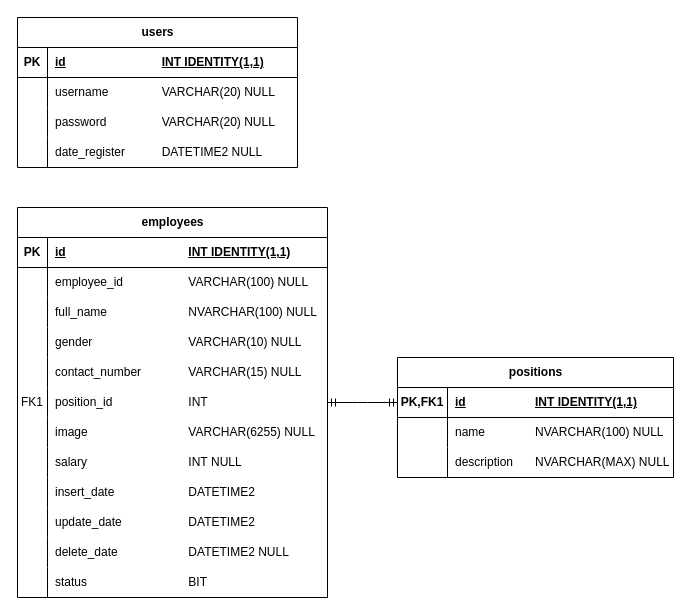
This is page "username263" (2 of 2) of Design/database.drawio from username263/employee-management-system, a draw.io file, before an edit. Source tidied: cells renumbered, new cells numbered last; positions are measured from the earlier drawing's top-left corner, leaving out a move shared by most shapes. Both pictures are drawn from the tidied source at 100%, with x=0, y=0 at pixel (17, 17).
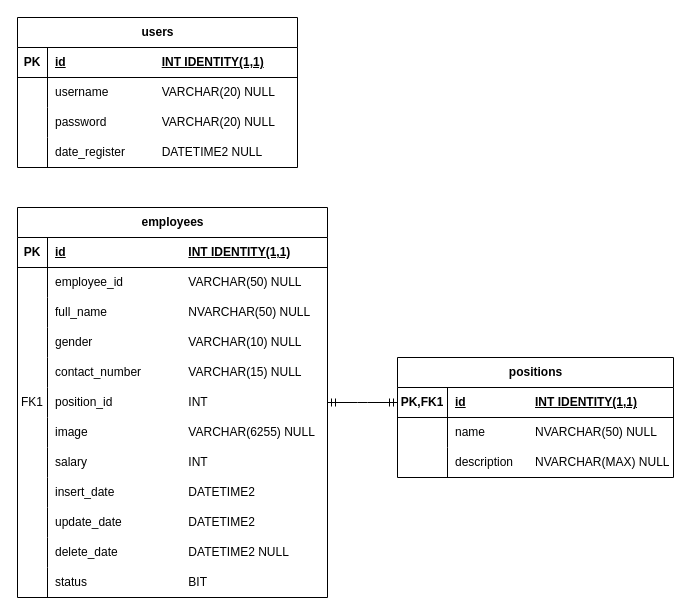
The same diagram, later.

Unchanged cells that the change refers to:
```xml
<mxCell id="19" style="shape=tableRow;horizontal=0;startSize=0;swimlaneHead=0;swimlaneBody=0;fillColor=none;top=0;left=0;right=0;bottom=0;" parent="15" vertex="1">
  <mxGeometry y="60" width="310" height="30" as="geometry" />
</mxCell>
<mxCell id="22" style="shape=tableRow;horizontal=0;startSize=0;swimlaneHead=0;swimlaneBody=0;fillColor=none;top=0;left=0;right=0;bottom=0;" parent="15" vertex="1">
  <mxGeometry y="90" width="310" height="30" as="geometry" />
</mxCell>
<mxCell id="37" style="shape=tableRow;horizontal=0;startSize=0;swimlaneHead=0;swimlaneBody=0;fillColor=none;top=0;left=0;right=0;bottom=0;" parent="15" vertex="1">
  <mxGeometry y="240" width="310" height="30" as="geometry" />
</mxCell>
<mxCell id="56" style="shape=tableRow;horizontal=0;startSize=0;swimlaneHead=0;swimlaneBody=0;fillColor=none;top=0;left=0;right=0;bottom=0;" parent="52" vertex="1">
  <mxGeometry y="60" width="276" height="30" as="geometry" />
</mxCell>
```

Change to the diagram source:
```diff
@@
-    <mxCell id="21" value="employee_id&lt;span style=&quot;white-space: pre;&quot;&gt;&#9;&lt;/span&gt;&lt;span style=&quot;white-space: pre;&quot;&gt;&#9;&lt;/span&gt;&lt;span style=&quot;white-space: pre;&quot;&gt;&#9;&lt;/span&gt;VARCHAR(100) NULL" style="shape=partialRectangle;fillColor=none;top=0;left=0;bottom=0;right=0;align=left;spacingLeft=6;overflow=hidden;whiteSpace=wrap;html=1;" parent="19" vertex="1">
+    <mxCell id="21" value="employee_id&lt;span style=&quot;white-space: pre;&quot;&gt;&#9;&lt;/span&gt;&lt;span style=&quot;white-space: pre;&quot;&gt;&#9;&lt;/span&gt;&lt;span style=&quot;white-space: pre;&quot;&gt;&#9;&lt;/span&gt;VARCHAR(50) NULL" style="shape=partialRectangle;fillColor=none;top=0;left=0;bottom=0;right=0;align=left;spacingLeft=6;overflow=hidden;whiteSpace=wrap;html=1;" parent="19" vertex="1">
       <mxGeometry x="30" width="280" height="30" as="geometry" />
     </mxCell>
@@
-    <mxCell id="24" value="full_name&lt;span style=&quot;white-space: pre;&quot;&gt;&#9;&lt;/span&gt;&lt;span style=&quot;white-space: pre;&quot;&gt;&#9;&lt;/span&gt;&lt;span style=&quot;white-space: pre;&quot;&gt;&#9;&lt;/span&gt;NVARCHAR(100) NULL" style="shape=partialRectangle;fillColor=none;top=0;left=0;bottom=0;right=0;align=left;spacingLeft=6;overflow=hidden;whiteSpace=wrap;html=1;" parent="22" vertex="1">
+    <mxCell id="24" value="full_name&lt;span style=&quot;white-space: pre;&quot;&gt;&#9;&lt;/span&gt;&lt;span style=&quot;white-space: pre;&quot;&gt;&#9;&lt;/span&gt;&lt;span style=&quot;white-space: pre;&quot;&gt;&#9;&lt;/span&gt;NVARCHAR(50) NULL" style="shape=partialRectangle;fillColor=none;top=0;left=0;bottom=0;right=0;align=left;spacingLeft=6;overflow=hidden;whiteSpace=wrap;html=1;" parent="22" vertex="1">
       <mxGeometry x="30" width="280" height="30" as="geometry" />
     </mxCell>
@@
-    <mxCell id="39" value="salary&lt;span style=&quot;white-space: pre;&quot;&gt;&#9;&lt;/span&gt;&lt;span style=&quot;white-space: pre;&quot;&gt;&#9;&lt;/span&gt;&lt;span style=&quot;white-space: pre;&quot;&gt;&#9;&lt;/span&gt;&lt;span style=&quot;white-space: pre;&quot;&gt;&#9;&lt;/span&gt;INT&amp;nbsp;NULL" style="shape=partialRectangle;fillColor=none;top=0;left=0;bottom=0;right=0;align=left;spacingLeft=6;overflow=hidden;whiteSpace=wrap;html=1;" parent="37" vertex="1">
+    <mxCell id="39" value="salary&lt;span style=&quot;white-space: pre;&quot;&gt;&#9;&lt;/span&gt;&lt;span style=&quot;white-space: pre;&quot;&gt;&#9;&lt;/span&gt;&lt;span style=&quot;white-space: pre;&quot;&gt;&#9;&lt;/span&gt;&lt;span style=&quot;white-space: pre;&quot;&gt;&#9;&lt;/span&gt;INT" style="shape=partialRectangle;fillColor=none;top=0;left=0;bottom=0;right=0;align=left;spacingLeft=6;overflow=hidden;whiteSpace=wrap;html=1;" parent="37" vertex="1">
       <mxGeometry x="30" width="280" height="30" as="geometry" />
     </mxCell>
@@
-    <mxCell id="58" value="name&lt;span style=&quot;white-space: pre;&quot;&gt;&#9;&lt;/span&gt;&lt;span style=&quot;white-space: pre;&quot;&gt;&#9;&lt;/span&gt;NVARCHAR(100) NULL" style="shape=partialRectangle;fillColor=none;top=0;left=0;bottom=0;right=0;align=left;spacingLeft=6;overflow=hidden;whiteSpace=wrap;html=1;" parent="56" vertex="1">
+    <mxCell id="58" value="name&lt;span style=&quot;white-space: pre;&quot;&gt;&#9;&lt;/span&gt;&lt;span style=&quot;white-space: pre;&quot;&gt;&#9;&lt;/span&gt;NVARCHAR(50) NULL" style="shape=partialRectangle;fillColor=none;top=0;left=0;bottom=0;right=0;align=left;spacingLeft=6;overflow=hidden;whiteSpace=wrap;html=1;" parent="56" vertex="1">
       <mxGeometry x="50" width="226" height="30" as="geometry" />
     </mxCell>
```
